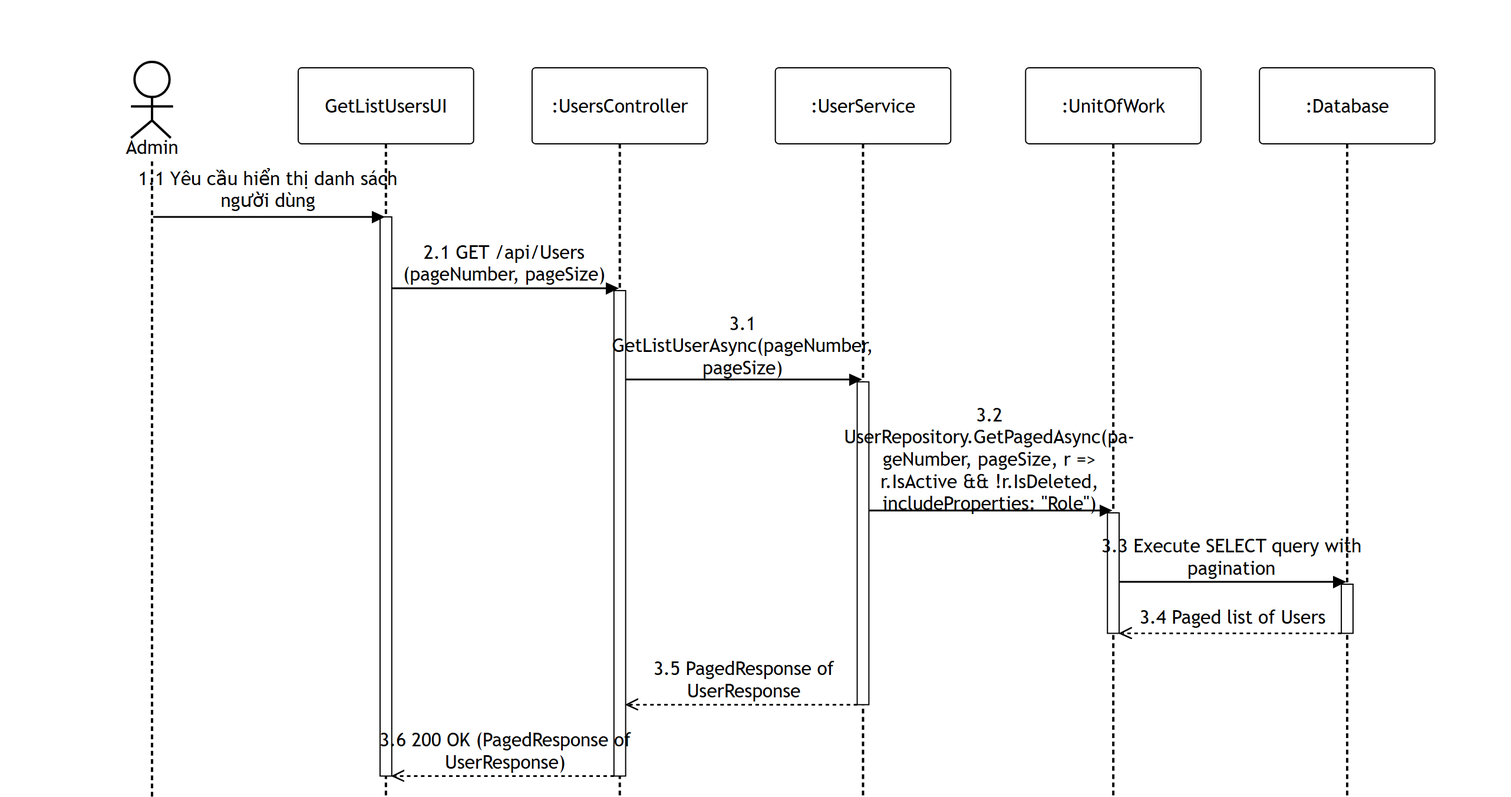
This is 02-user-role-management/images/apis/get-list-users.png from PhucAnDev/docx-diagram, a Mermaid export, as it was before one commit. Its source is kept beside it as 02-user-role-management/sequence-diagram/apis/get-list-users.mmd. Source of this version:
```mermaid
%%{init: {'theme':'base', 'themeVariables': {'actorBkg':'#ffffff','actorBorder':'#000000','actorTextColor':'#000000','actorLineColor':'#000000','signalColor':'#000000','signalTextColor':'#000000','labelBoxBkgColor':'#ffffff','labelBoxBorderColor':'#000000','labelTextColor':'#000000','loopTextColor':'#000000','noteBkgColor':'#ffffff','noteBorderColor':'#000000','noteTextColor':'#000000','activationBorderColor':'#000000','activationBkgColor':'#ffffff','sequenceNumberColor':'#000000'}, 'sequence': {'width':150,'height':65,'actorFontSize':16,'messageFontSize':16,'wrap':true,'wrapPadding':10}}}%%
sequenceDiagram
    title GET /api/Users
    actor Admin as Admin
    participant UI as GetListUsersUI
    participant Endpoint as :UsersController
    participant Service as :UserService
    participant DB as :UnitOfWork
    participant Database as :Database

    Admin->>UI: 1.1 Yêu cầu hiển thị danh sách người dùng
    activate UI
    UI->>Endpoint: 2.1 GET /api/Users (pageNumber, pageSize)
    activate Endpoint

    Endpoint->>Service: 3.1 GetListUserAsync(pageNumber, pageSize)
    activate Service

    Service->>DB: 3.2 UserRepository.GetPagedAsync(pageNumber, pageSize, r => r.IsActive && !r.IsDeleted, includeProperties: "Role")
    activate DB
    DB->>Database: 3.3 Execute SELECT query with pagination
    activate Database
    Database-->>DB: 3.4 Paged list of Users
    deactivate Database
    deactivate DB

    Service-->>Endpoint: 3.5 PagedResponse of UserResponse
    deactivate Service
    Endpoint-->>UI: 3.6 200 OK (PagedResponse of UserResponse)
    deactivate Endpoint
    deactivate UI
```
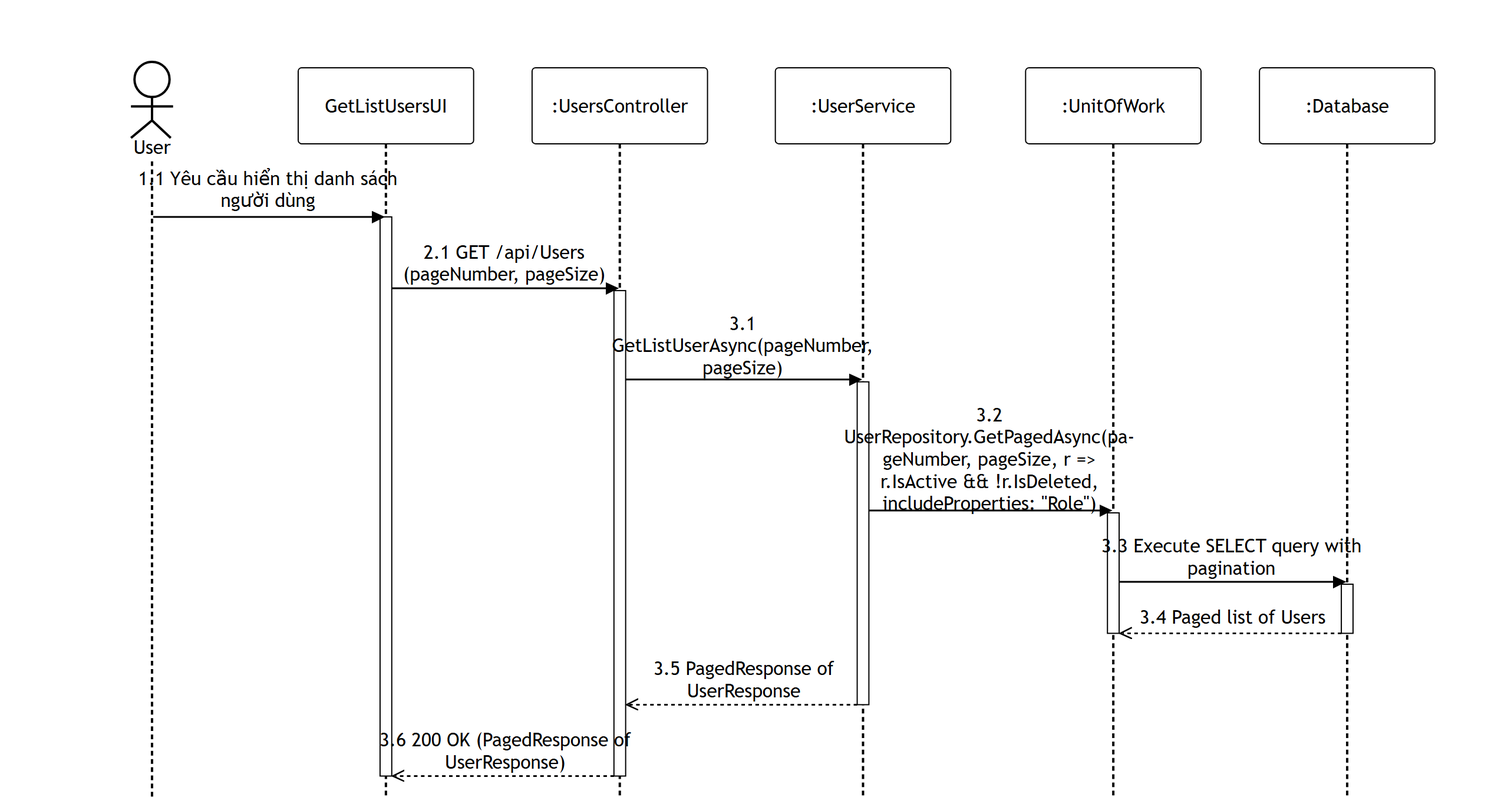
After the change.

Change to the diagram source:
```diff
@@ -1,14 +1,14 @@
 %%{init: {'theme':'base', 'themeVariables': {'actorBkg':'#ffffff','actorBorder':'#000000','actorTextColor':'#000000','actorLineColor':'#000000','signalColor':'#000000','signalTextColor':'#000000','labelBoxBkgColor':'#ffffff','labelBoxBorderColor':'#000000','labelTextColor':'#000000','loopTextColor':'#000000','noteBkgColor':'#ffffff','noteBorderColor':'#000000','noteTextColor':'#000000','activationBorderColor':'#000000','activationBkgColor':'#ffffff','sequenceNumberColor':'#000000'}, 'sequence': {'width':150,'height':65,'actorFontSize':16,'messageFontSize':16,'wrap':true,'wrapPadding':10}}}%%
 sequenceDiagram
     title GET /api/Users
-    actor Admin as Admin
+    actor User as User
     participant UI as GetListUsersUI
     participant Endpoint as :UsersController
     participant Service as :UserService
     participant DB as :UnitOfWork
     participant Database as :Database
 
-    Admin->>UI: 1.1 Yêu cầu hiển thị danh sách người dùng
+    User->>UI: 1.1 Yêu cầu hiển thị danh sách người dùng
     activate UI
     UI->>Endpoint: 2.1 GET /api/Users (pageNumber, pageSize)
     activate Endpoint
```
